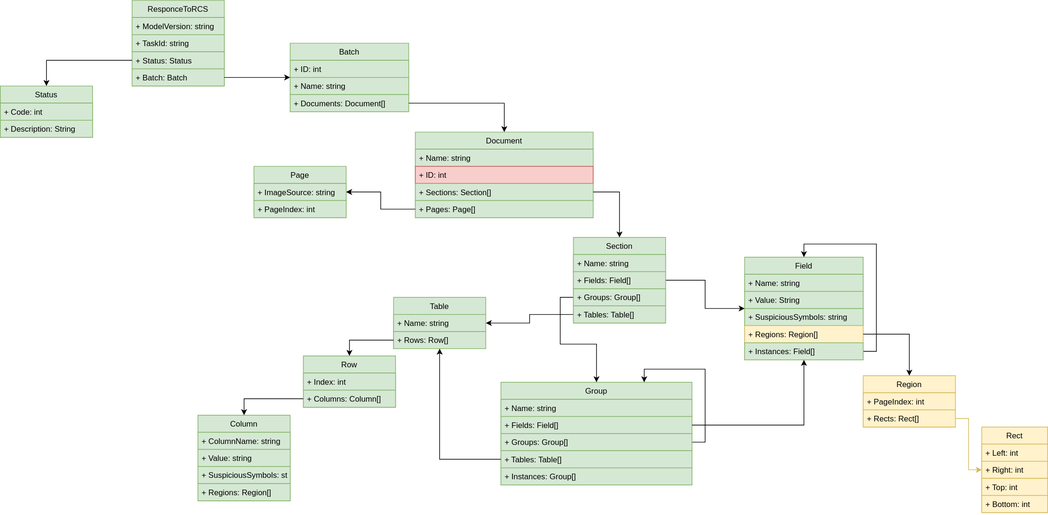
The draw.io diagram AbbyyFCDocumentClassDiagram.drawio.svg in petrovps/AbbyyFCBatchModel, before a commit. Source tidied: cells renumbered, new cells last; positions are measured from the earlier drawing's top-left corner, leaving out a move shared by most shapes.
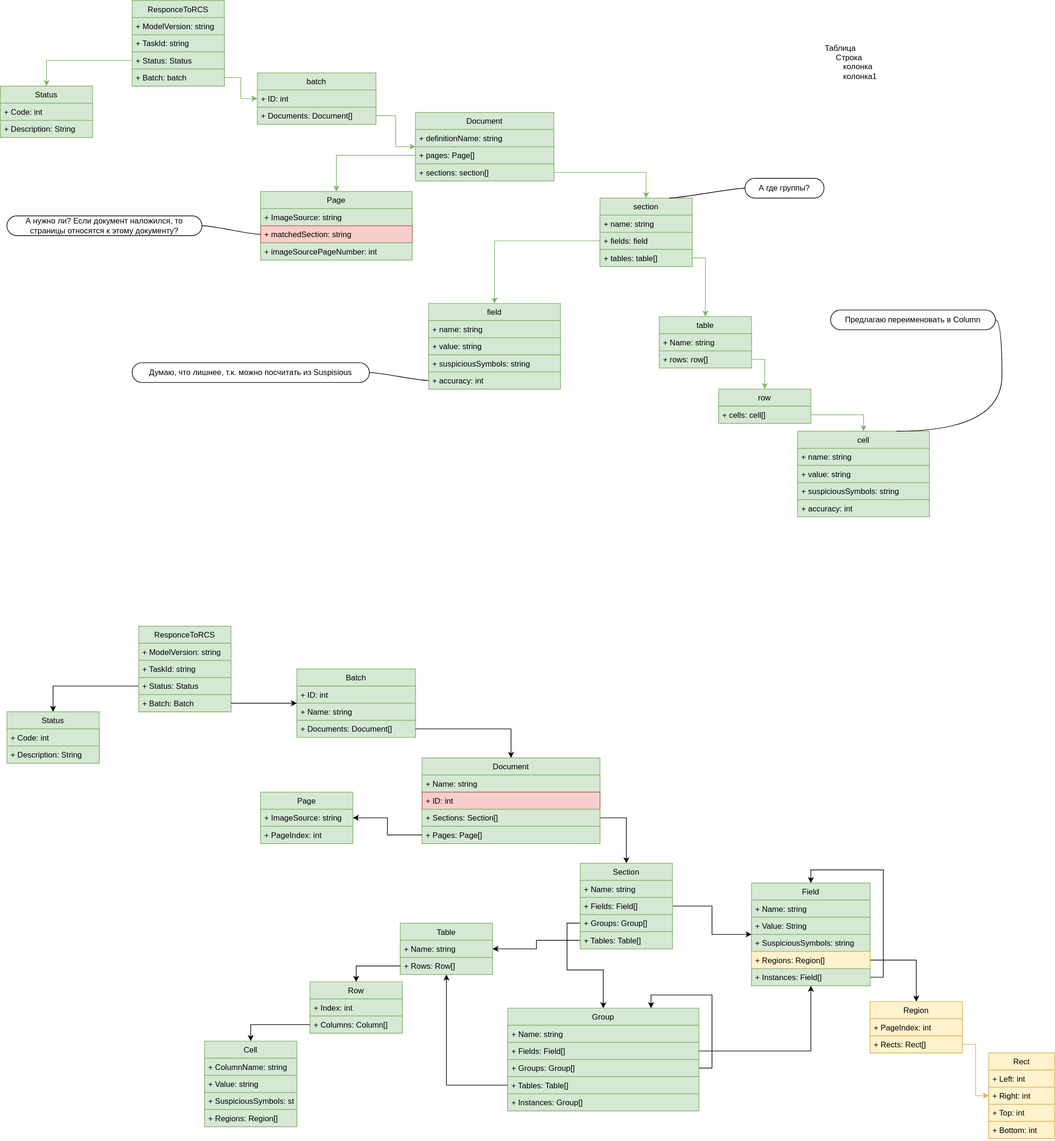
After the change.

What changed in the source:
```diff
@@ -155,7 +155,7 @@
     <mxCell id="52" style="edgeStyle=orthogonalEdgeStyle;rounded=0;jettySize=auto;html=1;" parent="1" edge="1" source="47" target="2">
       <mxGeometry relative="1" as="geometry" />
     </mxCell>
-    <mxCell id="53" value="Column" style="swimlane;fontStyle=0;horizontal=1;startSize=26;fillColor=#d5e8d4;strokeColor=#82b366;" parent="1" vertex="1">
+    <mxCell id="53" value="Cell" style="swimlane;fontStyle=0;horizontal=1;startSize=26;fillColor=#d5e8d4;strokeColor=#82b366;" parent="1" vertex="1">
       <mxGeometry x="300" y="630" width="140" height="130" as="geometry" />
     </mxCell>
     <mxCell id="54" value="+ ColumnName: string" style="text;strokeColor=#82b366;fillColor=#d5e8d4;align=left;verticalAlign=top;spacingLeft=4;spacingRight=4;overflow=hidden;" parent="53" vertex="1">
@@ -218,5 +218,173 @@
     <mxCell id="73" style="edgeStyle=orthogonalEdgeStyle;rounded=0;jettySize=auto;html=1;entryX=0.5;entryY=0;entryDx=0;entryDy=0;" parent="1" edge="1" source="72" target="53">
       <mxGeometry relative="1" as="geometry" />
     </mxCell>
+    <mxCell id="74" value="ResponceToRCS" style="swimlane;fontStyle=0;horizontal=1;startSize=26;fillColor=#d5e8d4;strokeColor=#82b366;" parent="1" vertex="1">
+      <mxGeometry x="190" y="-950" width="140" height="130" as="geometry" />
+    </mxCell>
+    <mxCell id="75" value="+ ModelVersion: string" style="text;strokeColor=#82b366;fillColor=#d5e8d4;align=left;verticalAlign=top;spacingLeft=4;spacingRight=4;overflow=hidden;" parent="74" vertex="1">
+      <mxGeometry y="26" width="140" height="26" as="geometry" />
+    </mxCell>
+    <mxCell id="76" value="+ TaskId: string" style="text;strokeColor=#82b366;fillColor=#d5e8d4;align=left;verticalAlign=top;spacingLeft=4;spacingRight=4;overflow=hidden;" parent="74" vertex="1">
+      <mxGeometry y="52" width="140" height="26" as="geometry" />
+    </mxCell>
+    <mxCell id="77" value="+ Status: Status" style="text;strokeColor=#82b366;fillColor=#d5e8d4;align=left;verticalAlign=top;spacingLeft=4;spacingRight=4;overflow=hidden;points=[[0,0.5],[1,0.5]];portConstraint=eastwest;" parent="74" vertex="1">
+      <mxGeometry y="78" width="140" height="26" as="geometry" />
+    </mxCell>
+    <mxCell id="78" value="+ Batch: batch" style="text;strokeColor=#82b366;fillColor=#d5e8d4;align=left;verticalAlign=top;spacingLeft=4;spacingRight=4;overflow=hidden;points=[[0,0.5],[1,0.5]];portConstraint=eastwest;" parent="74" vertex="1">
+      <mxGeometry y="104" width="140" height="26" as="geometry" />
+    </mxCell>
+    <mxCell id="79" value="Status" style="swimlane;fontStyle=0;horizontal=1;startSize=26;fillColor=#d5e8d4;strokeColor=#82b366;" parent="1" vertex="1">
+      <mxGeometry x="-10" y="-820" width="140" height="78" as="geometry" />
+    </mxCell>
+    <mxCell id="80" value="+ Code: int" style="text;strokeColor=#82b366;fillColor=#d5e8d4;align=left;verticalAlign=top;spacingLeft=4;spacingRight=4;overflow=hidden;" parent="79" vertex="1">
+      <mxGeometry y="26" width="140" height="26" as="geometry" />
+    </mxCell>
+    <mxCell id="81" value="+ Description: String" style="text;strokeColor=#82b366;fillColor=#d5e8d4;align=left;verticalAlign=top;spacingLeft=4;spacingRight=4;overflow=hidden;" parent="79" vertex="1">
+      <mxGeometry y="52" width="140" height="26" as="geometry" />
+    </mxCell>
+    <mxCell id="82" style="edgeStyle=orthogonalEdgeStyle;rounded=0;jettySize=auto;html=1;fillColor=#d5e8d4;strokeColor=#82b366;" parent="1" edge="1" source="77" target="79">
+      <mxGeometry relative="1" as="geometry" />
+    </mxCell>
+    <mxCell id="83" value="batch" style="swimlane;fontStyle=0;horizontal=1;startSize=26;fillColor=#d5e8d4;strokeColor=#82b366;" parent="1" vertex="1">
+      <mxGeometry x="380" y="-840" width="180" height="78" as="geometry" />
+    </mxCell>
+    <mxCell id="84" value="+ ID: int" style="text;strokeColor=#82b366;fillColor=#d5e8d4;align=left;verticalAlign=top;spacingLeft=4;spacingRight=4;overflow=hidden;" parent="83" vertex="1">
+      <mxGeometry y="26" width="180" height="26" as="geometry" />
+    </mxCell>
+    <mxCell id="85" value="+ Documents: Document[]" style="text;strokeColor=#82b366;fillColor=#d5e8d4;align=left;verticalAlign=top;spacingLeft=4;spacingRight=4;overflow=hidden;points=[[0,0.5],[1,0.5]];portConstraint=eastwest;" parent="83" vertex="1">
+      <mxGeometry y="52" width="180" height="26" as="geometry" />
+    </mxCell>
+    <mxCell id="86" style="edgeStyle=orthogonalEdgeStyle;rounded=0;jettySize=auto;html=1;fillColor=#d5e8d4;strokeColor=#82b366;" parent="1" edge="1" source="78" target="83">
+      <mxGeometry relative="1" as="geometry" />
+    </mxCell>
+    <mxCell id="87" value="Document" style="swimlane;fontStyle=0;horizontal=1;startSize=26;fillColor=#d5e8d4;strokeColor=#82b366;" parent="1" vertex="1">
+      <mxGeometry x="620" y="-780" width="210" height="104" as="geometry" />
+    </mxCell>
+    <mxCell id="88" value="+ definitionName: string" style="text;strokeColor=#82b366;fillColor=#d5e8d4;align=left;verticalAlign=top;spacingLeft=4;spacingRight=4;overflow=hidden;" parent="87" vertex="1">
+      <mxGeometry y="26" width="210" height="26" as="geometry" />
+    </mxCell>
+    <mxCell id="89" value="+ pages: Page[]" style="text;strokeColor=#82b366;fillColor=#d5e8d4;align=left;verticalAlign=top;spacingLeft=4;spacingRight=4;overflow=hidden;points=[[0,0.5],[1,0.5]];portConstraint=eastwest;" parent="87" vertex="1">
+      <mxGeometry y="52" width="210" height="26" as="geometry" />
+    </mxCell>
+    <mxCell id="90" value="+ sections: section[]" style="text;strokeColor=#82b366;fillColor=#d5e8d4;align=left;verticalAlign=top;spacingLeft=4;spacingRight=4;overflow=hidden;points=[[0,0.5],[1,0.5]];portConstraint=eastwest;" parent="87" vertex="1">
+      <mxGeometry y="78" width="210" height="26" as="geometry" />
+    </mxCell>
+    <mxCell id="91" value="Page" style="swimlane;fontStyle=0;horizontal=1;startSize=26;fillColor=#d5e8d4;strokeColor=#82b366;" parent="1" vertex="1">
+      <mxGeometry x="385" y="-660" width="230" height="104" as="geometry" />
+    </mxCell>
+    <mxCell id="92" value="+ ImageSource: string" style="text;strokeColor=#82b366;fillColor=#d5e8d4;align=left;verticalAlign=top;spacingLeft=4;spacingRight=4;overflow=hidden;" parent="91" vertex="1">
+      <mxGeometry y="26" width="230" height="26" as="geometry" />
+    </mxCell>
+    <mxCell id="93" value="+ matchedSection: string" style="text;strokeColor=#b85450;fillColor=#f8cecc;align=left;verticalAlign=top;spacingLeft=4;spacingRight=4;overflow=hidden;points=[[0,0.5],[1,0.5]];portConstraint=eastwest;" parent="91" vertex="1">
+      <mxGeometry y="52" width="230" height="26" as="geometry" />
+    </mxCell>
+    <mxCell id="94" value="+ imageSourcePageNumber: int" style="text;strokeColor=#82b366;fillColor=#d5e8d4;align=left;verticalAlign=top;spacingLeft=4;spacingRight=4;overflow=hidden;" parent="91" vertex="1">
+      <mxGeometry y="78" width="230" height="26" as="geometry" />
+    </mxCell>
+    <mxCell id="95" style="edgeStyle=orthogonalEdgeStyle;rounded=0;jettySize=auto;html=1;fillColor=#d5e8d4;strokeColor=#82b366;" parent="1" edge="1" source="85" target="87">
+      <mxGeometry relative="1" as="geometry" />
+    </mxCell>
+    <mxCell id="96" style="edgeStyle=orthogonalEdgeStyle;rounded=0;jettySize=auto;html=1;fillColor=#d5e8d4;strokeColor=#82b366;" parent="1" edge="1" source="89" target="91">
+      <mxGeometry relative="1" as="geometry" />
+    </mxCell>
+    <mxCell id="97" value="section" style="swimlane;fontStyle=0;horizontal=1;startSize=26;fillColor=#d5e8d4;strokeColor=#82b366;" parent="1" vertex="1">
+      <mxGeometry x="900" y="-650" width="140" height="104" as="geometry" />
+    </mxCell>
+    <mxCell id="98" value="+ name: string" style="text;strokeColor=#82b366;fillColor=#d5e8d4;align=left;verticalAlign=top;spacingLeft=4;spacingRight=4;overflow=hidden;" parent="97" vertex="1">
+      <mxGeometry y="26" width="140" height="26" as="geometry" />
+    </mxCell>
+    <mxCell id="99" value="+ fields: field" style="text;strokeColor=#82b366;fillColor=#d5e8d4;align=left;verticalAlign=top;spacingLeft=4;spacingRight=4;overflow=hidden;points=[[0,0.5],[1,0.5]];portConstraint=eastwest;" parent="97" vertex="1">
+      <mxGeometry y="52" width="140" height="26" as="geometry" />
+    </mxCell>
+    <mxCell id="100" value="+ tables: table[]" style="text;strokeColor=#82b366;fillColor=#d5e8d4;align=left;verticalAlign=top;spacingLeft=4;spacingRight=4;overflow=hidden;points=[[0,0.5],[1,0.5]];portConstraint=eastwest;" parent="97" vertex="1">
+      <mxGeometry y="78" width="140" height="26" as="geometry" />
+    </mxCell>
+    <mxCell id="101" style="edgeStyle=orthogonalEdgeStyle;rounded=0;jettySize=auto;html=1;fillColor=#d5e8d4;strokeColor=#82b366;" parent="1" edge="1" source="90" target="97">
+      <mxGeometry relative="1" as="geometry" />
+    </mxCell>
+    <mxCell id="102" value="field" style="swimlane;fontStyle=0;horizontal=1;startSize=26;fillColor=#d5e8d4;strokeColor=#82b366;" parent="1" vertex="1">
+      <mxGeometry x="640" y="-490" width="200" height="130" as="geometry" />
+    </mxCell>
+    <mxCell id="103" value="+ name: string" style="text;strokeColor=#82b366;fillColor=#d5e8d4;align=left;verticalAlign=top;spacingLeft=4;spacingRight=4;overflow=hidden;" parent="102" vertex="1">
+      <mxGeometry y="26" width="200" height="26" as="geometry" />
+    </mxCell>
+    <mxCell id="104" value="+ value: string" style="text;strokeColor=#82b366;fillColor=#d5e8d4;align=left;verticalAlign=top;spacingLeft=4;spacingRight=4;overflow=hidden;" parent="102" vertex="1">
+      <mxGeometry y="52" width="200" height="26" as="geometry" />
+    </mxCell>
+    <mxCell id="105" value="+ suspiciousSymbols: string" style="text;strokeColor=#82b366;fillColor=#d5e8d4;align=left;verticalAlign=top;spacingLeft=4;spacingRight=4;overflow=hidden;" parent="102" vertex="1">
+      <mxGeometry y="78" width="200" height="26" as="geometry" />
+    </mxCell>
+    <mxCell id="106" value="+ accuracy: int" style="text;strokeColor=#82b366;fillColor=#d5e8d4;align=left;verticalAlign=top;spacingLeft=4;spacingRight=4;overflow=hidden;points=[[0,0.5],[1,0.5]];portConstraint=eastwest;" parent="102" vertex="1">
+      <mxGeometry y="104" width="200" height="26" as="geometry" />
+    </mxCell>
+    <mxCell id="107" style="edgeStyle=orthogonalEdgeStyle;rounded=0;jettySize=auto;html=1;fillColor=#d5e8d4;strokeColor=#82b366;" parent="1" edge="1" source="99" target="102">
+      <mxGeometry relative="1" as="geometry" />
+    </mxCell>
+    <mxCell id="108" value="table" style="swimlane;fontStyle=0;horizontal=1;startSize=26;fillColor=#d5e8d4;strokeColor=#82b366;" parent="1" vertex="1">
+      <mxGeometry x="990" y="-470" width="140" height="78" as="geometry" />
+    </mxCell>
+    <mxCell id="109" value="+ Name: string" style="text;strokeColor=#82b366;fillColor=#d5e8d4;align=left;verticalAlign=top;spacingLeft=4;spacingRight=4;overflow=hidden;" parent="108" vertex="1">
+      <mxGeometry y="26" width="140" height="26" as="geometry" />
+    </mxCell>
+    <mxCell id="110" value="+ rows: row[]" style="text;strokeColor=#82b366;fillColor=#d5e8d4;align=left;verticalAlign=top;spacingLeft=4;spacingRight=4;overflow=hidden;points=[[0,0.5],[1,0.5]];portConstraint=eastwest;" parent="108" vertex="1">
+      <mxGeometry y="52" width="140" height="26" as="geometry" />
+    </mxCell>
+    <mxCell id="111" style="edgeStyle=orthogonalEdgeStyle;rounded=0;jettySize=auto;html=1;fillColor=#d5e8d4;strokeColor=#82b366;" parent="1" edge="1" source="100" target="108">
+      <mxGeometry relative="1" as="geometry" />
+    </mxCell>
+    <mxCell id="112" value="row" style="swimlane;fontStyle=0;horizontal=1;startSize=26;fillColor=#d5e8d4;strokeColor=#82b366;" parent="1" vertex="1">
+      <mxGeometry x="1080" y="-360" width="140" height="52" as="geometry" />
+    </mxCell>
+    <mxCell id="113" value="+ cells: cell[]" style="text;strokeColor=#82b366;fillColor=#d5e8d4;align=left;verticalAlign=top;spacingLeft=4;spacingRight=4;overflow=hidden;points=[[0,0.5],[1,0.5]];portConstraint=eastwest;" parent="112" vertex="1">
+      <mxGeometry y="26" width="140" height="26" as="geometry" />
+    </mxCell>
+    <mxCell id="114" style="edgeStyle=orthogonalEdgeStyle;rounded=0;jettySize=auto;html=1;entryX=0.5;entryY=0;entryDx=0;entryDy=0;fillColor=#d5e8d4;strokeColor=#82b366;" parent="1" edge="1" source="110" target="112">
+      <mxGeometry relative="1" as="geometry" />
+    </mxCell>
+    <mxCell id="115" value="cell" style="swimlane;fontStyle=0;horizontal=1;startSize=26;fillColor=#d5e8d4;strokeColor=#82b366;" parent="1" vertex="1">
+      <mxGeometry x="1200" y="-296" width="200" height="130" as="geometry" />
+    </mxCell>
+    <mxCell id="116" value="+ name: string" style="text;strokeColor=#82b366;fillColor=#d5e8d4;align=left;verticalAlign=top;spacingLeft=4;spacingRight=4;overflow=hidden;" parent="115" vertex="1">
+      <mxGeometry y="26" width="200" height="26" as="geometry" />
+    </mxCell>
+    <mxCell id="117" value="+ value: string" style="text;strokeColor=#82b366;fillColor=#d5e8d4;align=left;verticalAlign=top;spacingLeft=4;spacingRight=4;overflow=hidden;" parent="115" vertex="1">
+      <mxGeometry y="52" width="200" height="26" as="geometry" />
+    </mxCell>
+    <mxCell id="118" value="+ suspiciousSymbols: string" style="text;strokeColor=#82b366;fillColor=#d5e8d4;align=left;verticalAlign=top;spacingLeft=4;spacingRight=4;overflow=hidden;" parent="115" vertex="1">
+      <mxGeometry y="78" width="200" height="26" as="geometry" />
+    </mxCell>
+    <mxCell id="119" value="+ accuracy: int" style="text;strokeColor=#82b366;fillColor=#d5e8d4;align=left;verticalAlign=top;spacingLeft=4;spacingRight=4;overflow=hidden;" parent="115" vertex="1">
+      <mxGeometry y="104" width="200" height="26" as="geometry" />
+    </mxCell>
+    <mxCell id="120" style="edgeStyle=orthogonalEdgeStyle;rounded=0;jettySize=auto;html=1;fillColor=#d5e8d4;strokeColor=#82b366;" parent="1" edge="1" source="113" target="115">
+      <mxGeometry relative="1" as="geometry" />
+    </mxCell>
+    <mxCell id="121" value="А нужно ли? Если документ наложился, то страницы относятся к этому документу? " style="whiteSpace=wrap;html=1;rounded=1;arcSize=50;align=center;verticalAlign=middle;strokeWidth=1;spacing=4;newEdgeStyle={&quot;edgeStyle&quot;:&quot;entityRelationEdgeStyle&quot;,&quot;startArrow&quot;:&quot;none&quot;,&quot;endArrow&quot;:&quot;none&quot;,&quot;segment&quot;:10,&quot;curved&quot;:1};" parent="1" vertex="1">
+      <mxGeometry y="-623" width="296" height="30" as="geometry" />
+    </mxCell>
+    <mxCell id="122" style="edgeStyle=entityRelationEdgeStyle;startArrow=none;endArrow=none;segment=10;curved=1;rounded=0;" parent="1" edge="1" source="93" target="121">
+      <mxGeometry relative="1" as="geometry" />
+    </mxCell>
+    <mxCell id="123" value="А где группы?" style="whiteSpace=wrap;html=1;rounded=1;arcSize=50;align=center;verticalAlign=middle;strokeWidth=1;spacing=4;newEdgeStyle={&quot;edgeStyle&quot;:&quot;entityRelationEdgeStyle&quot;,&quot;startArrow&quot;:&quot;none&quot;,&quot;endArrow&quot;:&quot;none&quot;,&quot;segment&quot;:10,&quot;curved&quot;:1};" parent="1" vertex="1">
+      <mxGeometry x="1120" y="-680" width="120" height="30" as="geometry" />
+    </mxCell>
+    <mxCell id="124" style="edgeStyle=entityRelationEdgeStyle;startArrow=none;endArrow=none;segment=10;curved=1;rounded=0;exitX=0.75;exitY=0;exitDx=0;exitDy=0;" parent="1" edge="1" source="97" target="123">
+      <mxGeometry relative="1" as="geometry" />
+    </mxCell>
+    <mxCell id="125" value="Думаю, что лишнее, т.к. можно посчитать из Suspisious" style="whiteSpace=wrap;html=1;rounded=1;arcSize=50;align=center;verticalAlign=middle;strokeWidth=1;spacing=4;newEdgeStyle={&quot;edgeStyle&quot;:&quot;entityRelationEdgeStyle&quot;,&quot;startArrow&quot;:&quot;none&quot;,&quot;endArrow&quot;:&quot;none&quot;,&quot;segment&quot;:10,&quot;curved&quot;:1};" parent="1" vertex="1">
+      <mxGeometry x="190" y="-400" width="360" height="30" as="geometry" />
+    </mxCell>
+    <mxCell id="126" style="edgeStyle=entityRelationEdgeStyle;startArrow=none;endArrow=none;segment=10;curved=1;rounded=0;" parent="1" edge="1" source="106" target="125">
+      <mxGeometry relative="1" as="geometry" />
+    </mxCell>
+    <mxCell id="127" value="Предлагаю переименовать в Column" style="whiteSpace=wrap;html=1;rounded=1;arcSize=50;align=center;verticalAlign=middle;strokeWidth=1;spacing=4;newEdgeStyle={&quot;edgeStyle&quot;:&quot;entityRelationEdgeStyle&quot;,&quot;startArrow&quot;:&quot;none&quot;,&quot;endArrow&quot;:&quot;none&quot;,&quot;segment&quot;:10,&quot;curved&quot;:1};" parent="1" vertex="1">
+      <mxGeometry x="1250" y="-480" width="250" height="30" as="geometry" />
+    </mxCell>
+    <mxCell id="128" style="edgeStyle=entityRelationEdgeStyle;startArrow=none;endArrow=none;segment=10;curved=1;rounded=0;exitX=0.75;exitY=0;exitDx=0;exitDy=0;" parent="1" edge="1" source="115" target="127">
+      <mxGeometry relative="1" as="geometry" />
+    </mxCell>
+    <mxCell id="129" value="&lt;div&gt;Таблица&lt;/div&gt;&lt;div&gt;&lt;span style=&quot;white-space: pre&quot;&gt;&#9;&lt;/span&gt;Строка&lt;/div&gt;&lt;div&gt;&lt;span style=&quot;white-space: pre&quot;&gt;&#9;&lt;/span&gt;&lt;span style=&quot;white-space: pre&quot;&gt;&#9;&lt;/span&gt;колонка&lt;/div&gt;&lt;div&gt;&lt;span style=&quot;white-space: pre&quot;&gt;&#9;&lt;/span&gt;&lt;span style=&quot;white-space: pre&quot;&gt;&#9;&lt;/span&gt;&amp;nbsp; колонка1&lt;br&gt;&lt;/div&gt;&lt;div&gt;&lt;br&gt;&lt;/div&gt;" style="text;html=1;strokeColor=none;fillColor=none;align=center;verticalAlign=middle;whiteSpace=wrap;rounded=0;" parent="1" vertex="1">
+      <mxGeometry x="1140" y="-928" width="250" height="158" as="geometry" />
+    </mxCell>
   </root>
 </mxGraphModel>
```
